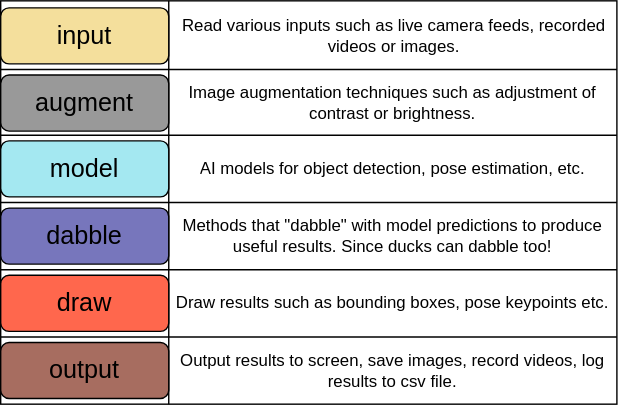
Earlier version of the draw.io export diagrams/node_types.drawio.svg (aisingapore/PeekingDuck). Source tidied: cells renumbered, new cells last; positions are measured from the earlier drawing's top-left corner, leaving out a move shared by most shapes.
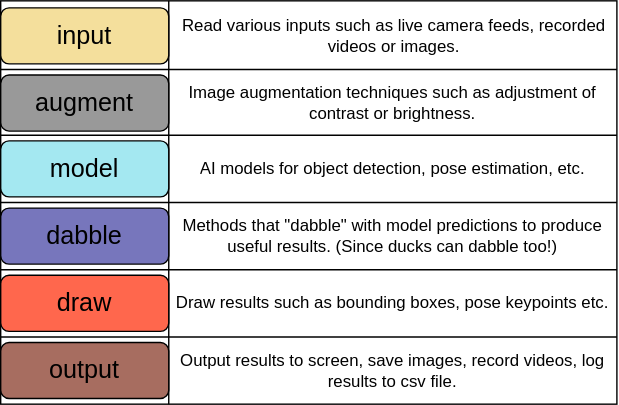
After the commit.

Commit message:
node: added parentheses in dabble node explanation

The edit, as a diff of the source:
```diff
@@ -38,7 +38,7 @@
     <mxCell id="13" style="shape=partialRectangle;html=1;whiteSpace=wrap;overflow=hidden;fillColor=none;top=0;left=0;bottom=0;right=0;" parent="12" vertex="1">
       <mxGeometry width="120" height="48" as="geometry" />
     </mxCell>
-    <mxCell id="14" value="Methods that &quot;dabble&quot; with model predictions to produce useful results. Since ducks can dabble too!" style="shape=partialRectangle;html=1;whiteSpace=wrap;overflow=hidden;fillColor=none;top=0;left=0;bottom=0;right=0;" parent="12" vertex="1">
+    <mxCell id="14" value="Methods that &quot;dabble&quot; with model predictions to produce useful results. (Since ducks can dabble too!)" style="shape=partialRectangle;html=1;whiteSpace=wrap;overflow=hidden;fillColor=none;top=0;left=0;bottom=0;right=0;" parent="12" vertex="1">
       <mxGeometry x="120" width="320" height="48" as="geometry" />
     </mxCell>
     <mxCell id="15" style="shape=partialRectangle;html=1;whiteSpace=wrap;fillColor=none;top=0;left=0;bottom=0;right=0;" parent="2" vertex="1">
```
